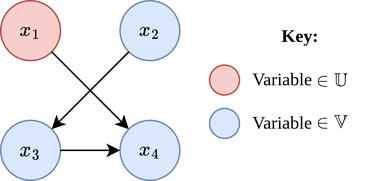
The draw.io diagram tex/images/draw.io/Simple SCM Severed.png in rorycreedon/msc_thesis, before a commit. Source tidied: cells renumbered, new cells last; positions are measured from the earlier drawing's top-left corner, leaving out a move shared by most shapes.
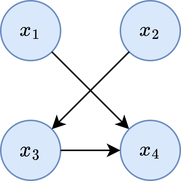
Above is the later version.

The edit, as a diff of the source:
```diff
@@ -8,21 +8,12 @@
     <mxCell id="3" value="$$x_3$$" style="ellipse;whiteSpace=wrap;html=1;fillColor=#dae8fc;strokeColor=#6c8ebf;direction=south;" parent="1" vertex="1">
       <mxGeometry y="80" width="40" height="40" as="geometry" />
     </mxCell>
-    <mxCell id="4" value="$$x_1$$" style="ellipse;whiteSpace=wrap;html=1;fillColor=#f8cecc;strokeColor=#b85450;" parent="1" vertex="1">
+    <mxCell id="4" value="$$x_1$$" style="ellipse;whiteSpace=wrap;html=1;fillColor=#dae8fc;strokeColor=#6c8ebf;" parent="1" vertex="1">
       <mxGeometry width="40" height="40" as="geometry" />
     </mxCell>
     <mxCell id="5" style="endArrow=classic;html=1;rounded=0;exitX=1;exitY=1;exitDx=0;exitDy=0;entryX=0;entryY=1;entryDx=0;entryDy=0;" parent="1" edge="1" source="4" target="9">
       <mxGeometry relative="1" as="geometry" />
     </mxCell>
-    <mxCell id="6" value="&lt;font face=&quot;cmr&quot;&gt;&lt;b&gt;Key:&lt;br&gt;&lt;/b&gt;&lt;br&gt;Variable \( \in \mathbb{U}\)&lt;br&gt;&lt;br&gt;Variable \( \in \mathbb{V}\)&lt;br&gt;&lt;br&gt;&lt;/font&gt;" style="text;html=1;strokeColor=none;fillColor=none;align=center;verticalAlign=middle;whiteSpace=wrap;rounded=0;" parent="1" vertex="1">
-      <mxGeometry x="151" width="100" height="120" as="geometry" />
-    </mxCell>
-    <mxCell id="7" style="ellipse;whiteSpace=wrap;html=1;fillColor=#f8cecc;strokeColor=#b85450;" parent="1" vertex="1">
-      <mxGeometry x="140" y="43" width="20" height="20" as="geometry" />
-    </mxCell>
-    <mxCell id="8" style="ellipse;whiteSpace=wrap;html=1;fillColor=#dae8fc;strokeColor=#6c8ebf;" parent="1" vertex="1">
-      <mxGeometry x="140" y="72" width="20" height="20" as="geometry" />
-    </mxCell>
     <mxCell id="9" value="$$x_4$$" style="ellipse;whiteSpace=wrap;html=1;fillColor=#dae8fc;strokeColor=#6c8ebf;direction=south;" parent="1" vertex="1">
       <mxGeometry x="80" y="80" width="40" height="40" as="geometry" />
     </mxCell>
```
